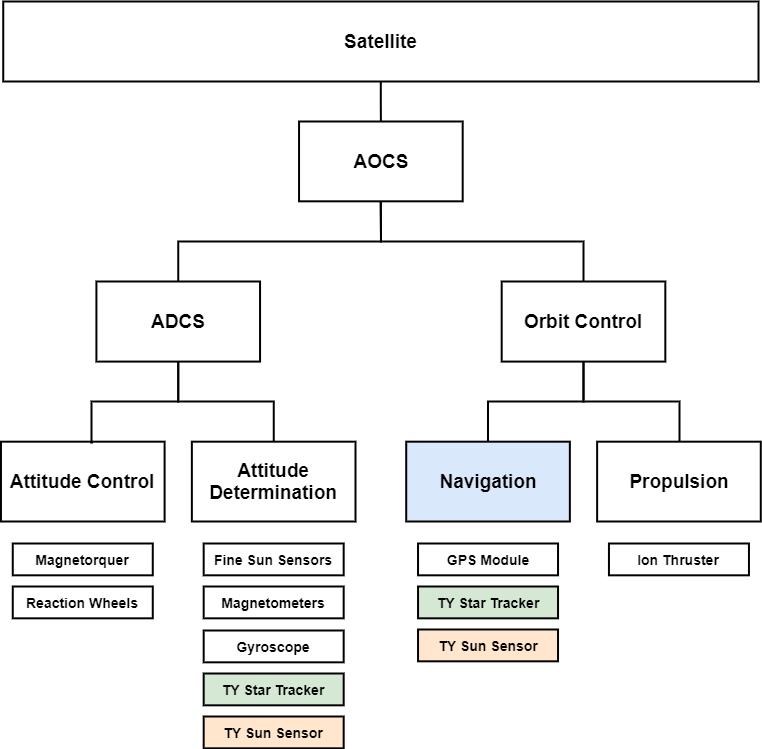
The draw.io diagram AOCS Hierarchy.png in Axle-Axel/images, before a commit. Source tidied: cells renumbered, new cells last; positions are measured from the earlier drawing's top-left corner, leaving out a move shared by most shapes.
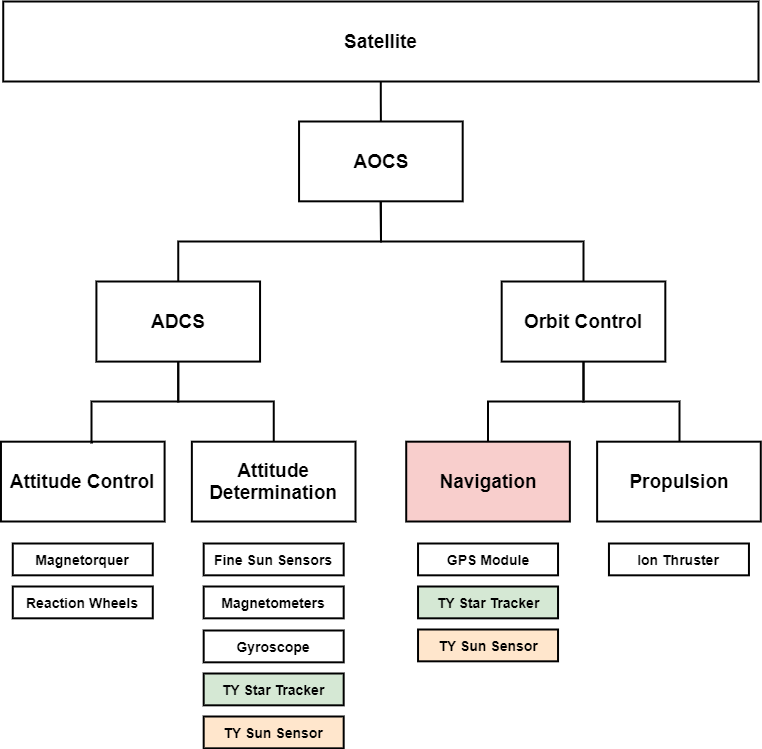
The same diagram one commit later.

Commit message:
Change Navigation from blue to red

The edit, as a diff of the source:
```diff
@@ -59,7 +59,7 @@
     <mxCell id="13" value="Propulsion" style="rounded=0;whiteSpace=wrap;html=1;fontStyle=1;fontSize=19;perimeterSpacing=0;strokeWidth=2;" parent="1" vertex="1">
       <mxGeometry x="596.6" y="440.2" width="163.6" height="79.8" as="geometry" />
     </mxCell>
-    <mxCell id="14" value="Navigation" style="rounded=0;whiteSpace=wrap;html=1;glass=0;fillColor=#dae8fc;fontStyle=1;fontSize=19;perimeterSpacing=0;strokeWidth=2;" parent="1" vertex="1">
+    <mxCell id="14" value="Navigation" style="rounded=0;whiteSpace=wrap;html=1;glass=0;fillColor=#f8cecc;fontStyle=1;fontSize=19;perimeterSpacing=0;strokeWidth=2;" parent="1" vertex="1">
       <mxGeometry x="405.7" y="440.2" width="163.6" height="79.8" as="geometry" />
     </mxCell>
     <mxCell id="15" value="Orbit Control" style="rounded=0;whiteSpace=wrap;html=1;fontStyle=1;fontSize=19;strokeWidth=2;" parent="1" vertex="1">
```
